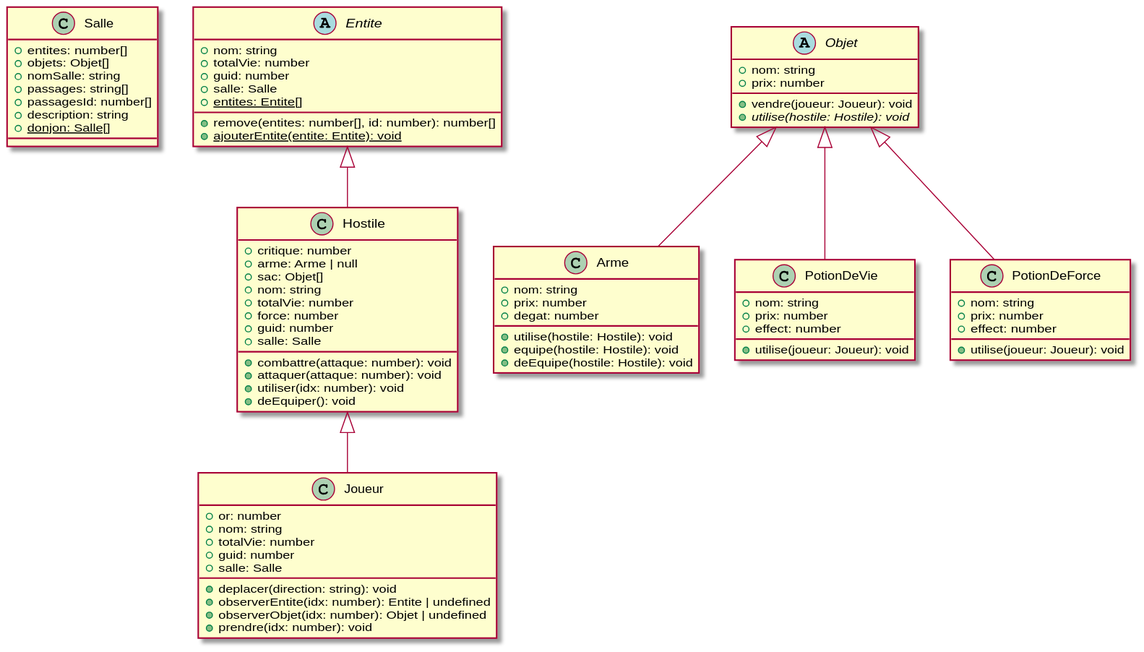
This is Projet Donjon/UML/UML.svg from NicolasPereira1/tp-C3P, a PlantUML export, as it was before one commit.
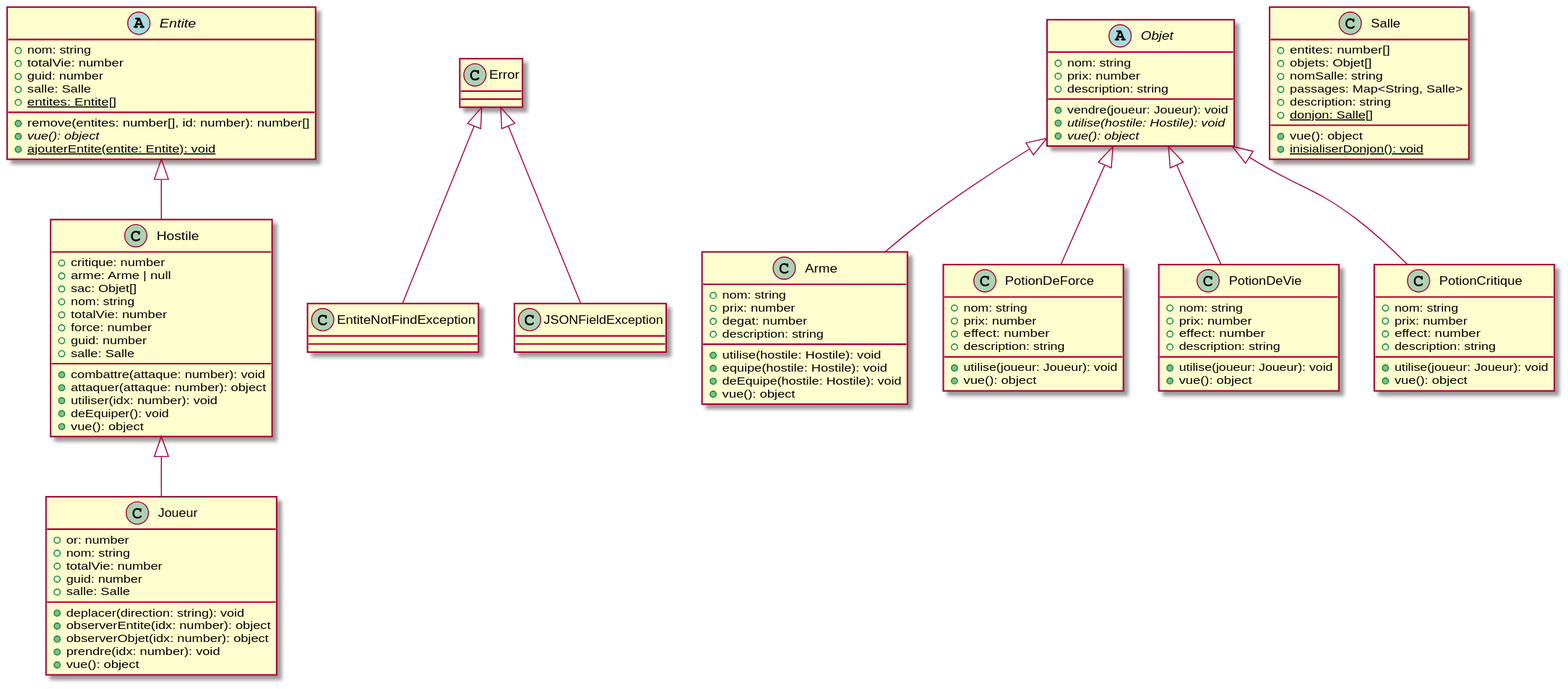
The same diagram one commit later.

What changed in the source:
```diff
@@ -1,22 +1,15 @@
 @startuml
-class Salle {
-    +entites: number[]
-    +objets: Objet[]
-    +nomSalle: string
-    +passages: string[]
-    +passagesId: number[]
-    +description: string
-    +{static} donjon: Salle[]
-}
 abstract class Entite {
     +nom: string
     +totalVie: number
     +guid: number
     +salle: Salle
     +remove(entites: number[], id: number): number[]
+    +{abstract} vue(): object
     +{static} entites: Entite[]
     +{static} ajouterEntite(entite: Entite): void
 }
+class EntiteNotFindException extends Error
 class Hostile extends Entite {
     +critique: number
     +arme: Arme | null
@@ -27,10 +20,64 @@
     +guid: number
     +salle: Salle
     +combattre(attaque: number): void
-    +attaquer(attaque: number): void
+    +attaquer(attaque: number): object
     +utiliser(idx: number): void
     +deEquiper(): void
+    +vue(): object
 }
+abstract class Objet {
+    +nom: string
+    +prix: number
+    +description: string
+    +vendre(joueur: Joueur): void
+    +{abstract} utilise(hostile: Hostile): void
+    +{abstract} vue(): object
+}
+class Arme extends Objet {
+    +nom: string
+    +prix: number
+    +degat: number
+    +description: string
+    +utilise(hostile: Hostile): void
+    +equipe(hostile: Hostile): void
+    +deEquipe(hostile: Hostile): void
+    +vue(): object
+}
+class PotionDeForce extends Objet {
+    +nom: string
+    +prix: number
+    +effect: number
+    +description: string
+    +utilise(joueur: Joueur): void
+    +vue(): object
+}
+class PotionDeVie extends Objet {
+    +nom: string
+    +prix: number
+    +effect: number
+    +description: string
+    +utilise(joueur: Joueur): void
+    +vue(): object
+}
+class PotionCritique extends Objet {
+    +nom: string
+    +prix: number
+    +effect: number
+    +description: string
+    +utilise(joueur: Joueur): void
+    +vue(): object
+}
+class Salle {
+    +entites: number[]
+    +objets: Objet[]
+    +nomSalle: string
+    +passages: Map<String, Salle>
+    +description: string
+    +vue(): object
+    +{static} donjon: Salle[]
+    +{static} inisialiserDonjon(): void
+}
+class JSONFieldException extends Error
 class Joueur extends Hostile {
     +or: number
     +nom: string
@@ -38,34 +85,9 @@
     +guid: number
     +salle: Salle
     +deplacer(direction: string): void
-    +observerEntite(idx: number): Entite | undefined
-    +observerObjet(idx: number): Objet | undefined
+    +observerEntite(idx: number): object
+    +observerObjet(idx: number): object
     +prendre(idx: number): void
-}
-abstract class Objet {
-    +nom: string
-    +prix: number
-    +vendre(joueur: Joueur): void
-    +{abstract} utilise(hostile: Hostile): void
-}
-class Arme extends Objet {
-    +nom: string
-    +prix: number
-    +degat: number
-    +utilise(hostile: Hostile): void
-    +equipe(hostile: Hostile): void
-    +deEquipe(hostile: Hostile): void
-}
-class PotionDeVie extends Objet {
-    +nom: string
-    +prix: number
-    +effect: number
-    +utilise(joueur: Joueur): void
-}
-class PotionDeForce extends Objet {
-    +nom: string
-    +prix: number
-    +effect: number
-    +utilise(joueur: Joueur): void
+    +vue(): object
 }
 @enduml
```
